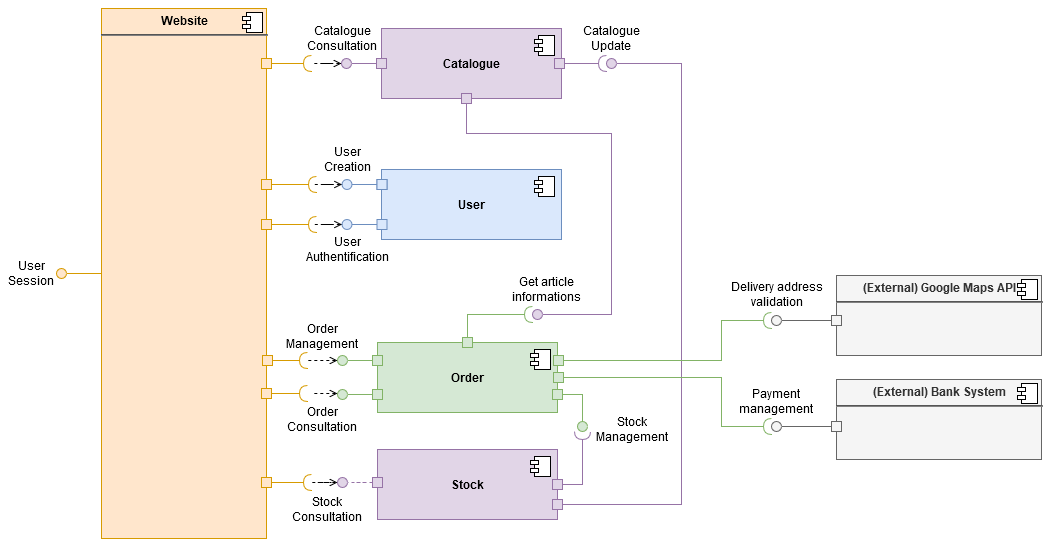
The draw.io diagram diagram/component diagram.png in AngoGG/Solution-Technique-OC-Pizza, before a commit. Source tidied: cells renumbered, new cells last; positions are measured from the earlier drawing's top-left corner, leaving out a move shared by most shapes.
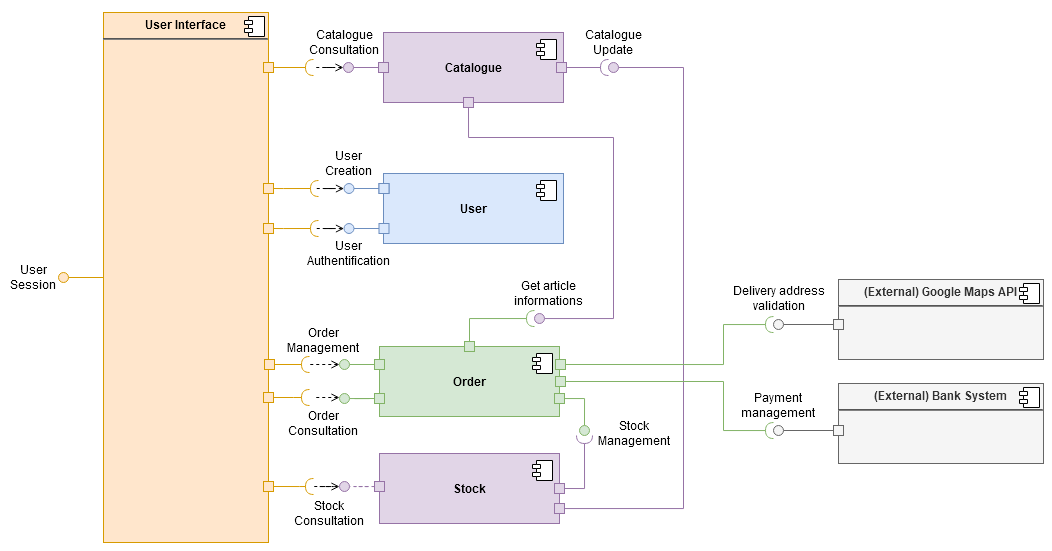
The same diagram one commit later.

Diff of the diagram source:
```diff
@@ -10,7 +10,7 @@
         <mxPoint x="-24" y="4" as="offset" />
       </mxGeometry>
     </mxCell>
-    <mxCell id="4" value="&lt;p style=&quot;margin: 0px ; margin-top: 6px ; text-align: center&quot;&gt;&lt;b&gt;Website&lt;/b&gt;&lt;/p&gt;&lt;hr&gt;&lt;p style=&quot;margin: 0px ; margin-left: 8px&quot;&gt;&lt;br&gt;&lt;/p&gt;" style="align=left;overflow=fill;html=1;fillColor=#ffe6cc;strokeColor=#d79b00;" parent="1" vertex="1">
+    <mxCell id="4" value="&lt;p style=&quot;margin: 0px ; margin-top: 6px ; text-align: center&quot;&gt;&lt;b&gt;User Interface&lt;br&gt;&lt;/b&gt;&lt;/p&gt;&lt;hr&gt;&lt;p style=&quot;margin: 0px ; margin-left: 8px&quot;&gt;&lt;br&gt;&lt;/p&gt;" style="align=left;overflow=fill;html=1;fillColor=#ffe6cc;strokeColor=#d79b00;" parent="1" vertex="1">
       <mxGeometry x="90" width="165" height="530" as="geometry" />
     </mxCell>
     <mxCell id="5" style="shape=component;jettyWidth=8;jettyHeight=4;" parent="4" vertex="1">
```
